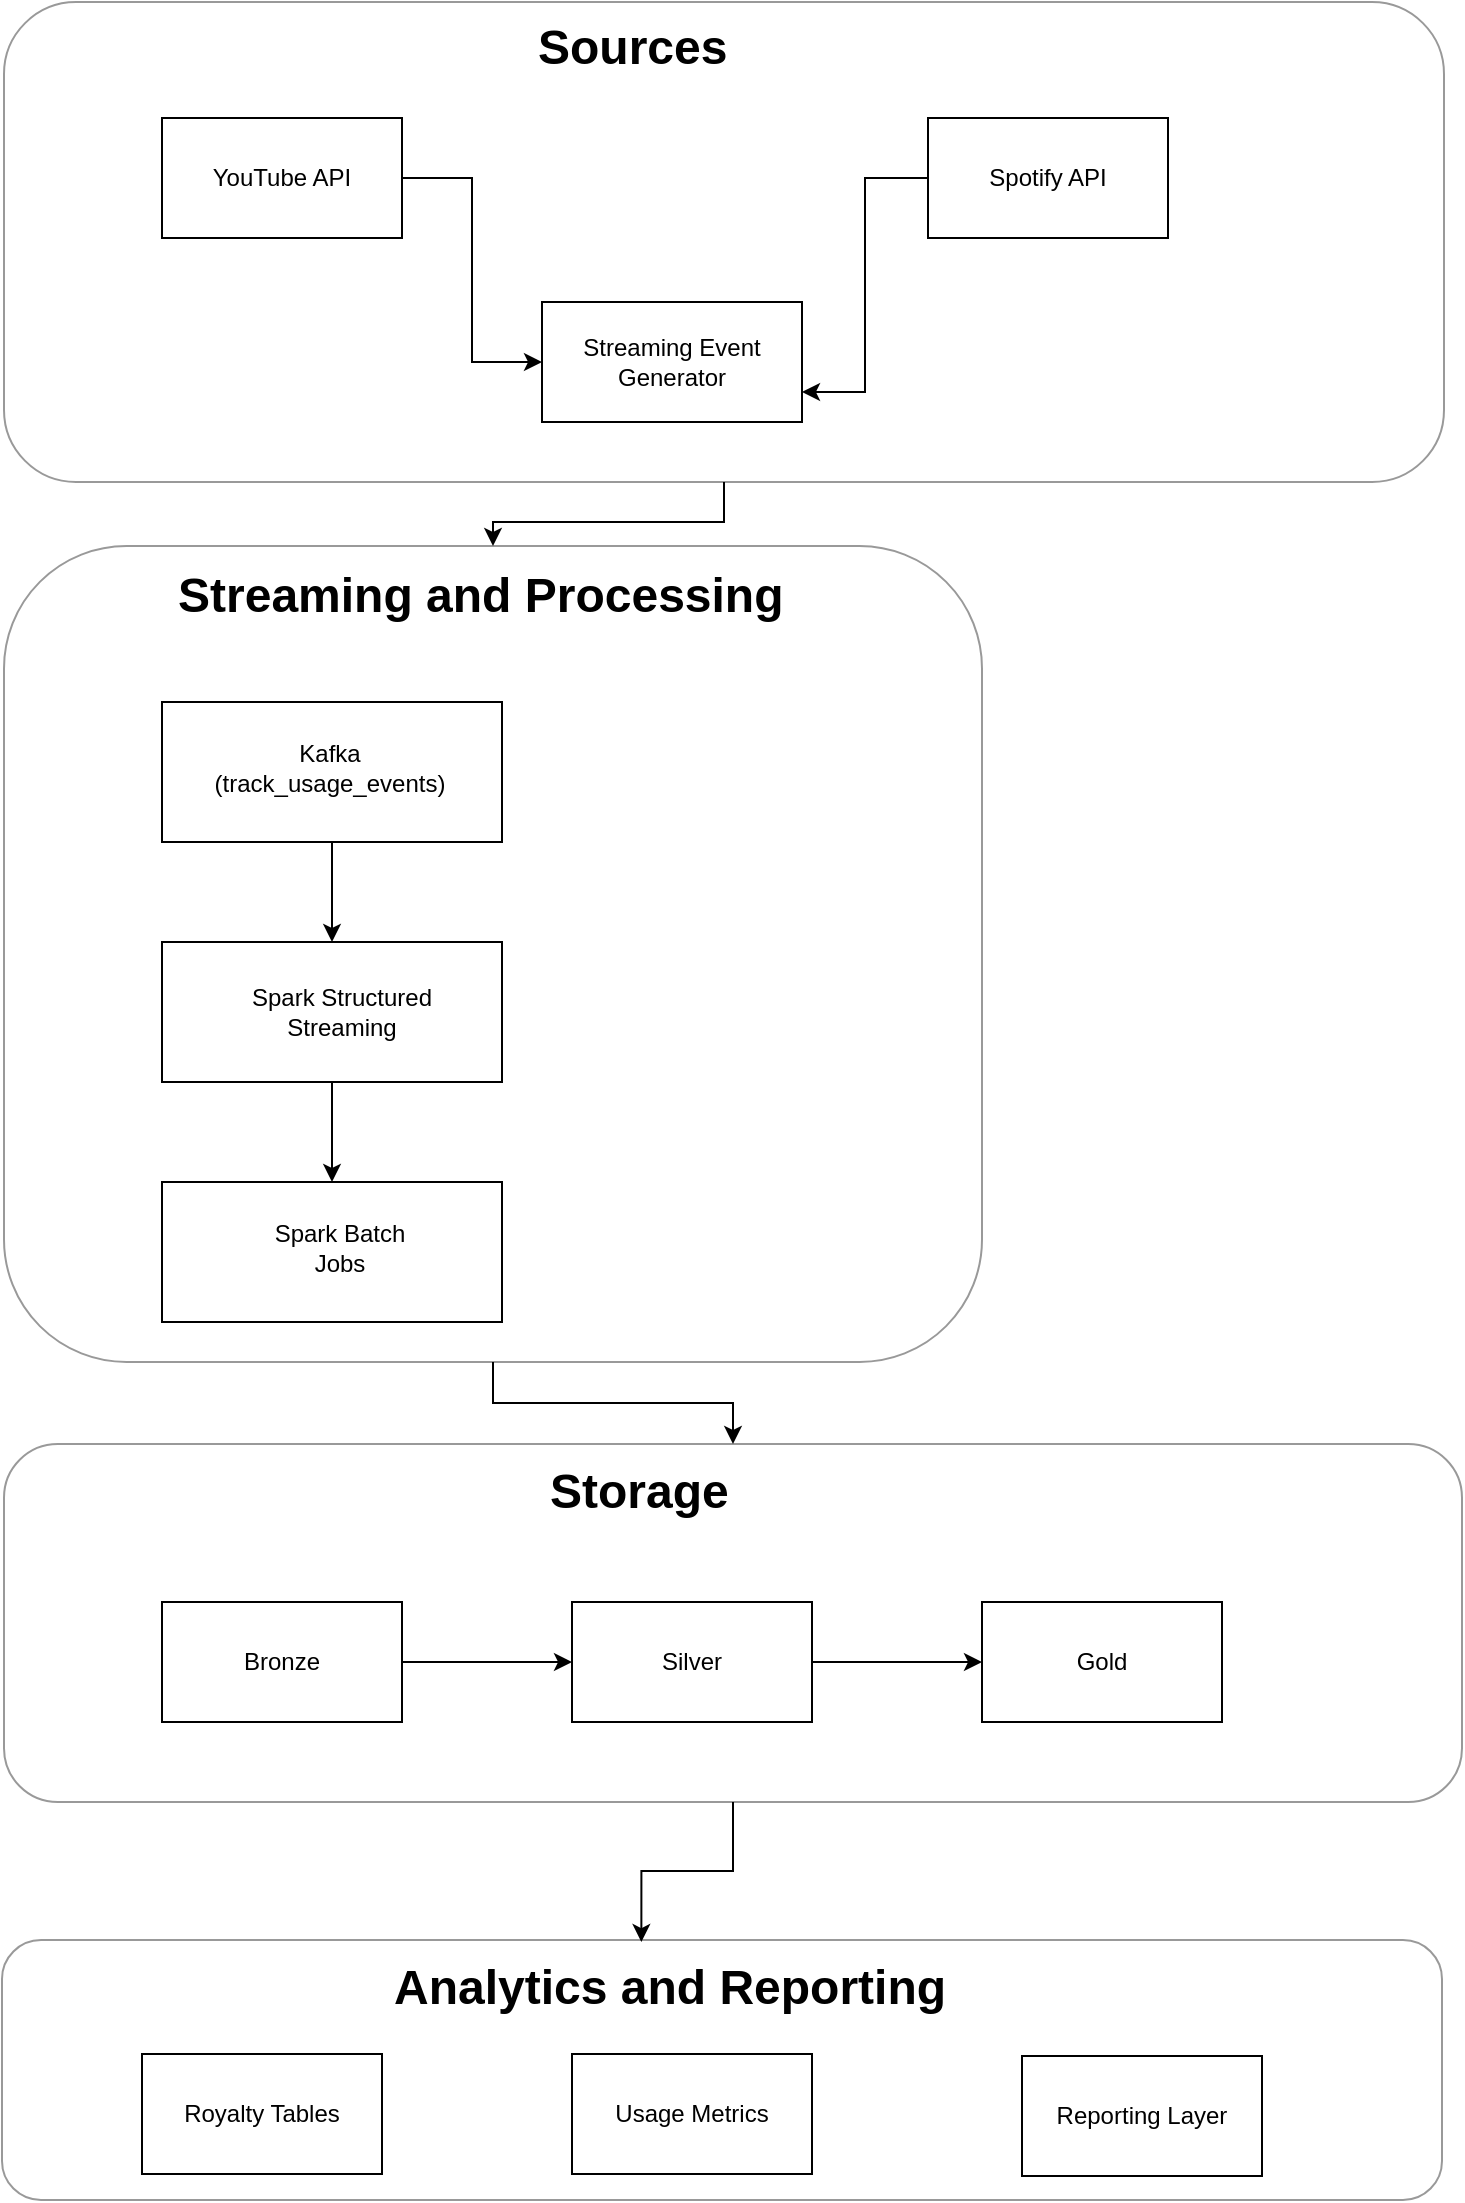
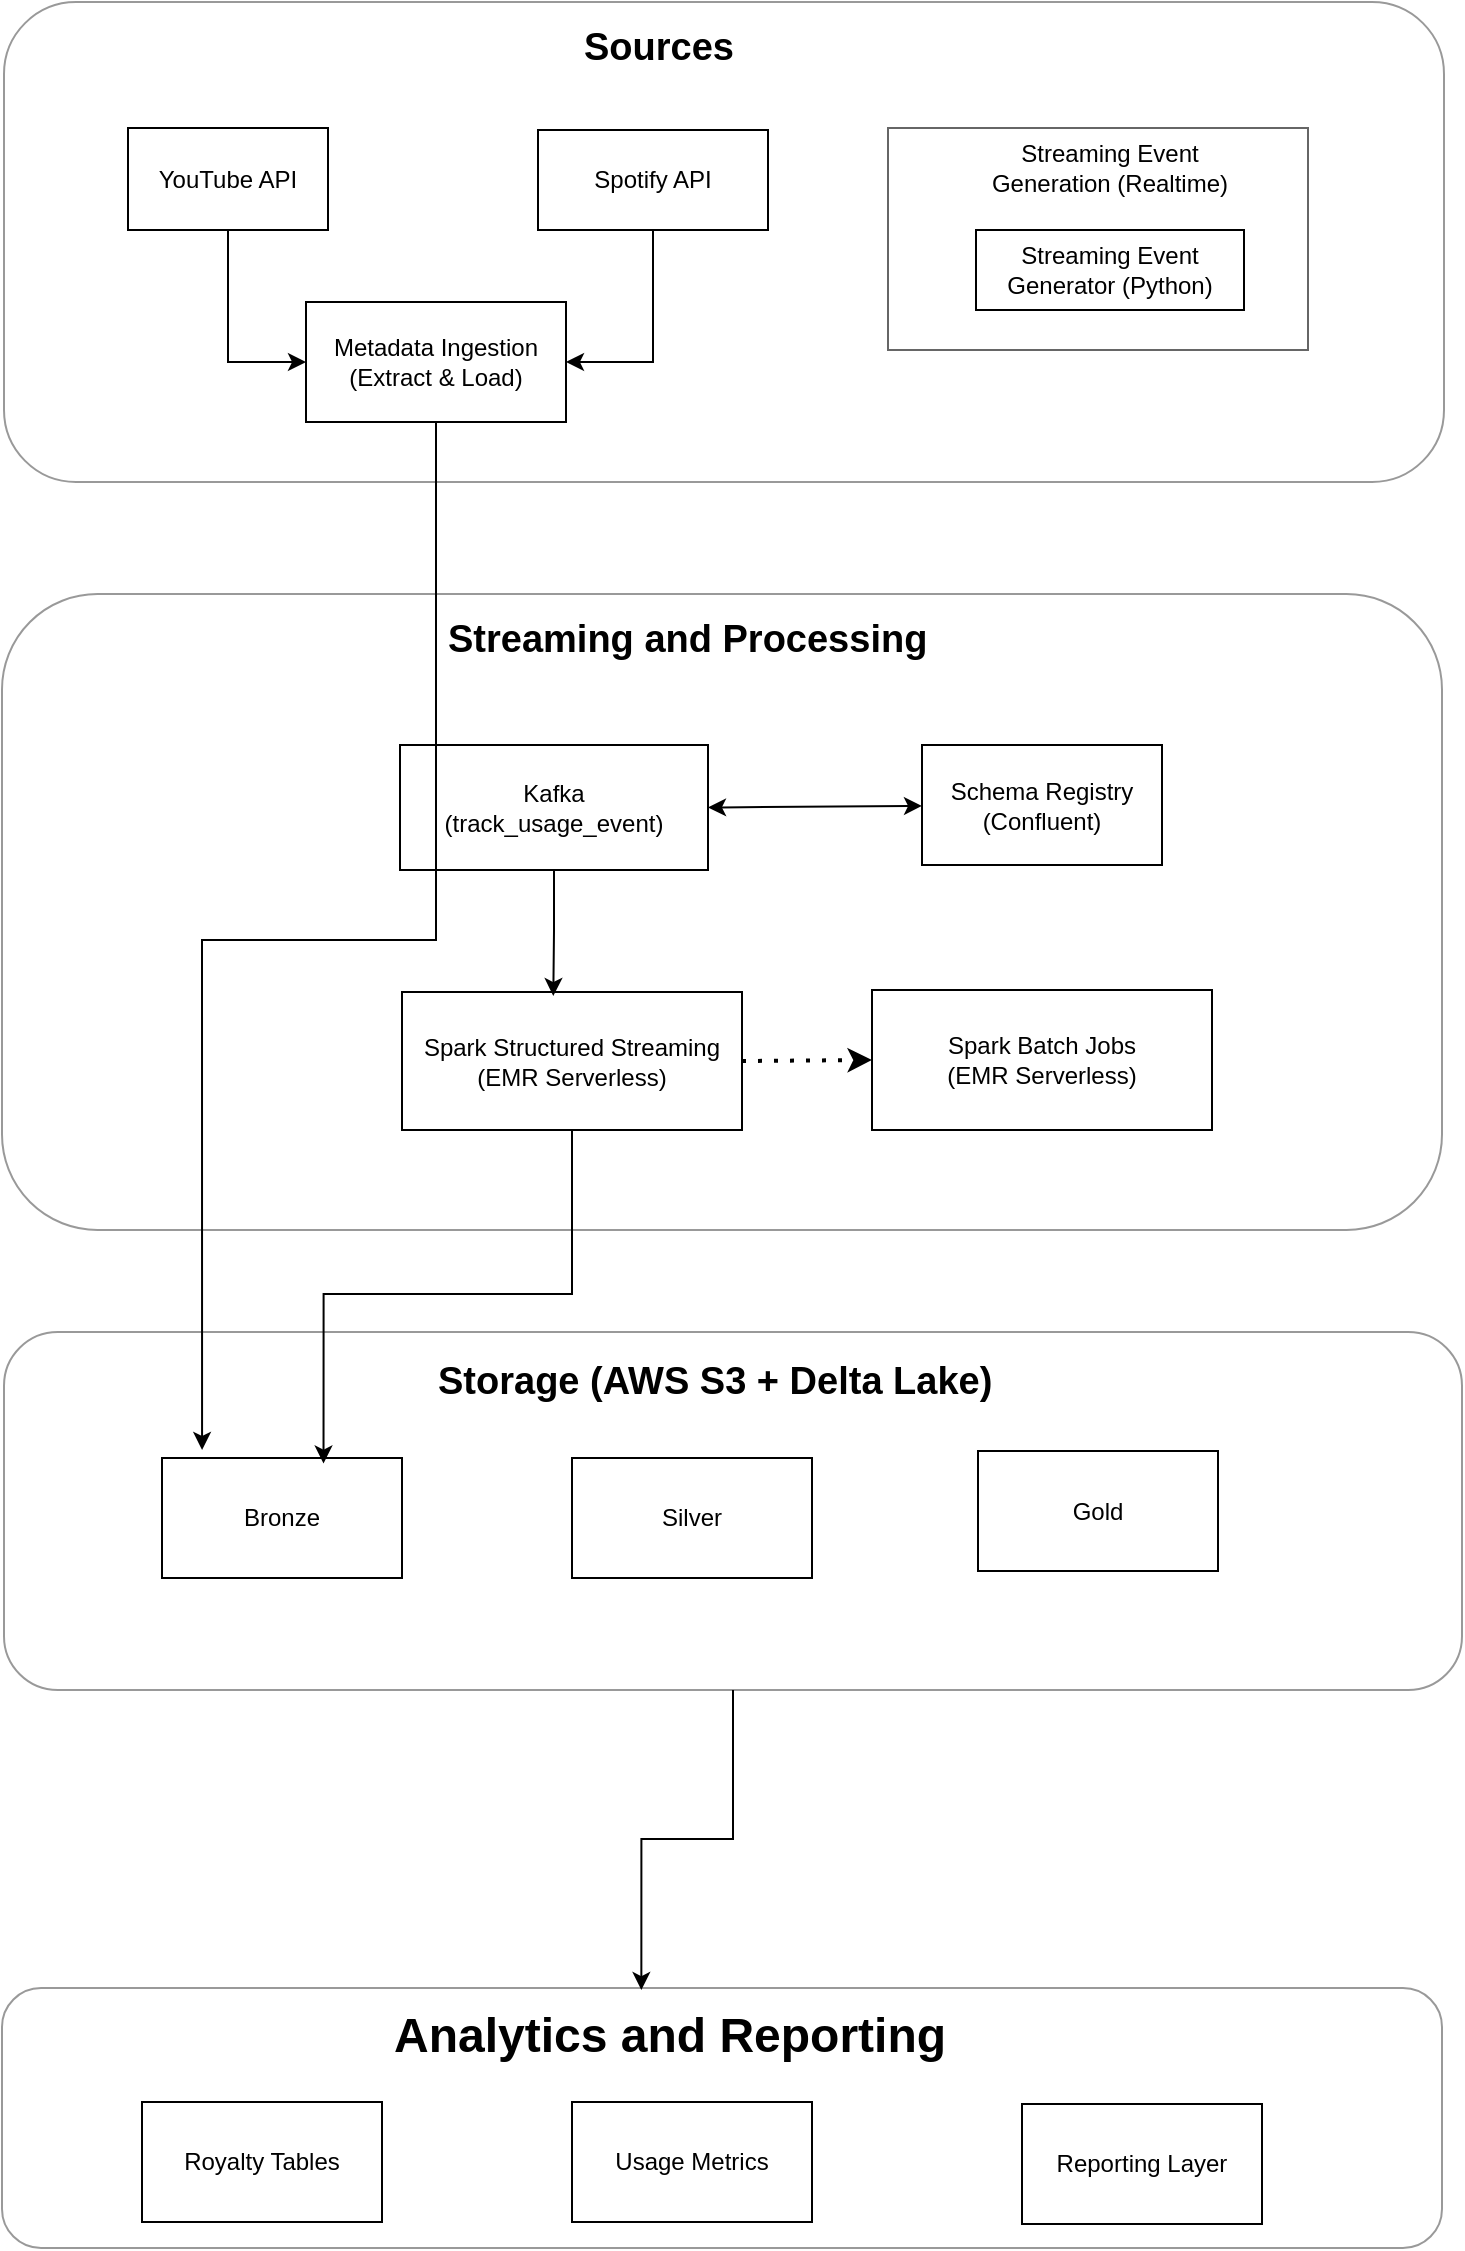
<mxfile host="app.diagrams.net">
  <diagram name="Page-1" id="oFeG0zoOzV-QR0_R3a6b">
-     <mxGraphModel dx="1030" dy="562" grid="1" gridSize="10" guides="1" tooltips="1" connect="1" arrows="1" fold="1" page="1" pageScale="1" pageWidth="827" pageHeight="1169" math="0" shadow="0">
+     <mxGraphModel dx="1212" dy="661" grid="1" gridSize="10" guides="1" tooltips="1" connect="1" arrows="1" fold="1" page="1" pageScale="1" pageWidth="827" pageHeight="1169" math="0" shadow="0">
      <root>
        <mxCell id="0" />
        <mxCell id="1" parent="0" />
-         <mxCell id="xlxdwYvvvnf0uprzEdVM-22" edge="1" parent="1" source="xlxdwYvvvnf0uprzEdVM-5" style="edgeStyle=orthogonalEdgeStyle;rounded=0;orthogonalLoop=1;jettySize=auto;html=1;" target="xlxdwYvvvnf0uprzEdVM-7" value="">
-           <mxGeometry relative="1" as="geometry" />
+         <mxCell id="xlxdwYvvvnf0uprzEdVM-5" parent="1" style="rounded=1;whiteSpace=wrap;html=1;opacity=40;" value="" vertex="1">
+           <mxGeometry height="240" width="720" x="41" y="16" as="geometry" />
        </mxCell>
-         <mxCell id="xlxdwYvvvnf0uprzEdVM-5" parent="1" style="rounded=1;whiteSpace=wrap;html=1;opacity=40;" value="" vertex="1">
-           <mxGeometry height="240" width="720" x="41" y="40" as="geometry" />
+         <mxCell id="xlxdwYvvvnf0uprzEdVM-2" parent="1" style="rounded=0;whiteSpace=wrap;html=1;opacity=60;" value="" vertex="1">
+           <mxGeometry height="111" width="210" x="483" y="79" as="geometry" />
        </mxCell>
-         <mxCell id="xlxdwYvvvnf0uprzEdVM-2" parent="1" style="rounded=0;whiteSpace=wrap;html=1;" value="Streaming Event Generator" vertex="1">
-           <mxGeometry height="60" width="130" x="310" y="190" as="geometry" />
-         </mxCell>
-         <mxCell id="xlxdwYvvvnf0uprzEdVM-9" edge="1" parent="1" source="xlxdwYvvvnf0uprzEdVM-1" style="edgeStyle=orthogonalEdgeStyle;rounded=0;orthogonalLoop=1;jettySize=auto;html=1;entryX=0;entryY=0.5;entryDx=0;entryDy=0;" target="xlxdwYvvvnf0uprzEdVM-2">
+         <mxCell id="xlxdwYvvvnf0uprzEdVM-45" edge="1" parent="1" source="xlxdwYvvvnf0uprzEdVM-1" style="edgeStyle=orthogonalEdgeStyle;rounded=0;orthogonalLoop=1;jettySize=auto;html=1;entryX=0;entryY=0.5;entryDx=0;entryDy=0;" target="xlxdwYvvvnf0uprzEdVM-44">
          <mxGeometry relative="1" as="geometry" />
        </mxCell>
        <mxCell id="xlxdwYvvvnf0uprzEdVM-1" parent="1" style="rounded=0;whiteSpace=wrap;html=1;" value="YouTube API" vertex="1">
-           <mxGeometry height="60" width="120" x="120" y="98" as="geometry" />
+           <mxGeometry height="51" width="100" x="103" y="79" as="geometry" />
        </mxCell>
-         <mxCell id="xlxdwYvvvnf0uprzEdVM-10" edge="1" parent="1" source="xlxdwYvvvnf0uprzEdVM-3" style="edgeStyle=orthogonalEdgeStyle;rounded=0;orthogonalLoop=1;jettySize=auto;html=1;entryX=1;entryY=0.75;entryDx=0;entryDy=0;" target="xlxdwYvvvnf0uprzEdVM-2">
+         <mxCell id="xlxdwYvvvnf0uprzEdVM-46" edge="1" parent="1" source="xlxdwYvvvnf0uprzEdVM-3" style="edgeStyle=orthogonalEdgeStyle;rounded=0;orthogonalLoop=1;jettySize=auto;html=1;entryX=1;entryY=0.5;entryDx=0;entryDy=0;" target="xlxdwYvvvnf0uprzEdVM-44">
          <mxGeometry relative="1" as="geometry" />
        </mxCell>
        <mxCell id="xlxdwYvvvnf0uprzEdVM-3" parent="1" style="rounded=0;whiteSpace=wrap;html=1;" value="Spotify API" vertex="1">
-           <mxGeometry height="60" width="120" x="503" y="98" as="geometry" />
-         </mxCell>
-         <mxCell id="xlxdwYvvvnf0uprzEdVM-42" edge="1" parent="1" source="xlxdwYvvvnf0uprzEdVM-7" style="edgeStyle=orthogonalEdgeStyle;rounded=0;orthogonalLoop=1;jettySize=auto;html=1;" target="xlxdwYvvvnf0uprzEdVM-17">
-           <mxGeometry relative="1" as="geometry" />
+           <mxGeometry height="50" width="115" x="308" y="80" as="geometry" />
        </mxCell>
        <mxCell id="xlxdwYvvvnf0uprzEdVM-7" parent="1" style="rounded=1;whiteSpace=wrap;html=1;opacity=40;" value="" vertex="1">
-           <mxGeometry height="408" width="489" x="41" y="312" as="geometry" />
+           <mxGeometry height="318" width="720" x="40" y="312" as="geometry" />
        </mxCell>
-         <mxCell id="xlxdwYvvvnf0uprzEdVM-23" edge="1" parent="1" source="xlxdwYvvvnf0uprzEdVM-11" style="edgeStyle=orthogonalEdgeStyle;rounded=0;orthogonalLoop=1;jettySize=auto;html=1;" target="xlxdwYvvvnf0uprzEdVM-12">
-           <mxGeometry relative="1" as="geometry" />
+         <mxCell id="xlxdwYvvvnf0uprzEdVM-11" parent="1" style="rounded=0;whiteSpace=wrap;html=1;" value="Kafka&lt;div&gt;(track_usage_event)&lt;/div&gt;" vertex="1">
+           <mxGeometry height="62.5" width="154" x="239" y="387.5" as="geometry" />
        </mxCell>
-         <mxCell id="xlxdwYvvvnf0uprzEdVM-11" parent="1" style="rounded=0;whiteSpace=wrap;html=1;" value="" vertex="1">
-           <mxGeometry height="70" width="170" x="120" y="390" as="geometry" />
+         <mxCell id="xlxdwYvvvnf0uprzEdVM-12" parent="1" style="rounded=0;whiteSpace=wrap;html=1;" value="Spark Structured Streaming&lt;br&gt;(EMR Serverless)" vertex="1">
+           <mxGeometry height="69" width="170" x="240" y="511" as="geometry" />
        </mxCell>
-         <mxCell id="xlxdwYvvvnf0uprzEdVM-24" edge="1" parent="1" source="xlxdwYvvvnf0uprzEdVM-12" style="edgeStyle=orthogonalEdgeStyle;rounded=0;orthogonalLoop=1;jettySize=auto;html=1;" target="xlxdwYvvvnf0uprzEdVM-13">
-           <mxGeometry relative="1" as="geometry" />
-         </mxCell>
-         <mxCell id="xlxdwYvvvnf0uprzEdVM-12" parent="1" style="rounded=0;whiteSpace=wrap;html=1;" value="" vertex="1">
-           <mxGeometry height="70" width="170" x="120" y="510" as="geometry" />
-         </mxCell>
-         <mxCell id="xlxdwYvvvnf0uprzEdVM-13" parent="1" style="rounded=0;whiteSpace=wrap;html=1;" value="" vertex="1">
-           <mxGeometry height="70" width="170" x="120" y="630" as="geometry" />
-         </mxCell>
-         <mxCell id="xlxdwYvvvnf0uprzEdVM-14" parent="1" style="text;html=1;whiteSpace=wrap;strokeColor=none;fillColor=none;align=center;verticalAlign=middle;rounded=0;" value="Kafka&lt;div&gt;(track_usage_events)&lt;/div&gt;" vertex="1">
-           <mxGeometry height="39" width="72" x="168" y="403" as="geometry" />
-         </mxCell>
-         <mxCell id="xlxdwYvvvnf0uprzEdVM-15" parent="1" style="text;html=1;whiteSpace=wrap;strokeColor=none;fillColor=none;align=center;verticalAlign=middle;rounded=0;" value="Spark Structured Streaming" vertex="1">
-           <mxGeometry height="30" width="100" x="160" y="530" as="geometry" />
-         </mxCell>
-         <mxCell id="xlxdwYvvvnf0uprzEdVM-16" parent="1" style="text;html=1;whiteSpace=wrap;strokeColor=none;fillColor=none;align=center;verticalAlign=middle;rounded=0;" value="Spark Batch Jobs" vertex="1">
-           <mxGeometry height="40" width="82" x="168" y="643" as="geometry" />
+         <mxCell id="xlxdwYvvvnf0uprzEdVM-13" parent="1" style="rounded=0;whiteSpace=wrap;html=1;" value="Spark Batch Jobs&lt;div&gt;(EMR Serverless)&lt;/div&gt;" vertex="1">
+           <mxGeometry height="70" width="170" x="475" y="510" as="geometry" />
        </mxCell>
        <mxCell id="xlxdwYvvvnf0uprzEdVM-17" parent="1" style="rounded=1;whiteSpace=wrap;html=1;opacity=40;" value="" vertex="1">
-           <mxGeometry height="179" width="729" x="41" y="761" as="geometry" />
-         </mxCell>
-         <mxCell id="xlxdwYvvvnf0uprzEdVM-26" edge="1" parent="1" source="xlxdwYvvvnf0uprzEdVM-19" style="edgeStyle=orthogonalEdgeStyle;rounded=0;orthogonalLoop=1;jettySize=auto;html=1;entryX=0;entryY=0.5;entryDx=0;entryDy=0;" target="xlxdwYvvvnf0uprzEdVM-20">
-           <mxGeometry relative="1" as="geometry" />
+           <mxGeometry height="179" width="729" x="41" y="681" as="geometry" />
        </mxCell>
        <mxCell id="xlxdwYvvvnf0uprzEdVM-19" parent="1" style="rounded=0;whiteSpace=wrap;html=1;" value="Bronze" vertex="1">
-           <mxGeometry height="60" width="120" x="120" y="840" as="geometry" />
-         </mxCell>
-         <mxCell id="xlxdwYvvvnf0uprzEdVM-28" edge="1" parent="1" source="xlxdwYvvvnf0uprzEdVM-20" style="edgeStyle=orthogonalEdgeStyle;rounded=0;orthogonalLoop=1;jettySize=auto;html=1;" target="xlxdwYvvvnf0uprzEdVM-21">
-           <mxGeometry relative="1" as="geometry" />
+           <mxGeometry height="60" width="120" x="120" y="744" as="geometry" />
        </mxCell>
        <mxCell id="xlxdwYvvvnf0uprzEdVM-20" parent="1" style="rounded=0;whiteSpace=wrap;html=1;" value="Silver" vertex="1">
-           <mxGeometry height="60" width="120" x="325" y="840" as="geometry" />
+           <mxGeometry height="60" width="120" x="325" y="744" as="geometry" />
        </mxCell>
        <mxCell id="xlxdwYvvvnf0uprzEdVM-21" parent="1" style="rounded=0;whiteSpace=wrap;html=1;" value="Gold" vertex="1">
-           <mxGeometry height="60" width="120" x="530" y="840" as="geometry" />
+           <mxGeometry height="60" width="120" x="528" y="740.5" as="geometry" />
        </mxCell>
-         <mxCell id="xlxdwYvvvnf0uprzEdVM-29" parent="1" style="text;html=1;whiteSpace=wrap;overflow=hidden;rounded=0;" value="&lt;h1 style=&quot;margin-top: 0px;&quot;&gt;Sources&lt;/h1&gt;" vertex="1">
-           <mxGeometry height="60" width="97" x="306" y="42" as="geometry" />
+         <mxCell id="xlxdwYvvvnf0uprzEdVM-29" parent="1" style="text;html=1;whiteSpace=wrap;overflow=hidden;rounded=0;" value="&lt;h1 style=&quot;margin-top: 0px;&quot;&gt;&lt;font style=&quot;font-size: 19px;&quot;&gt;Sources&lt;/font&gt;&lt;/h1&gt;" vertex="1">
+           <mxGeometry height="41" width="77" x="329" y="16" as="geometry" />
        </mxCell>
-         <mxCell id="xlxdwYvvvnf0uprzEdVM-30" parent="1" style="text;html=1;whiteSpace=wrap;overflow=hidden;rounded=0;" value="&lt;h1 style=&quot;margin-top: 0px;&quot;&gt;Streaming and Processing&lt;/h1&gt;" vertex="1">
-           <mxGeometry height="48" width="314" x="126" y="316" as="geometry" />
+         <mxCell id="xlxdwYvvvnf0uprzEdVM-30" parent="1" style="text;html=1;whiteSpace=wrap;overflow=hidden;rounded=0;" value="&lt;h1 style=&quot;margin-top: 0px;&quot;&gt;&lt;font style=&quot;font-size: 19px;&quot;&gt;Streaming and Processing&lt;/font&gt;&lt;/h1&gt;" vertex="1">
+           <mxGeometry height="44" width="248" x="261" y="312" as="geometry" />
        </mxCell>
-         <mxCell id="xlxdwYvvvnf0uprzEdVM-31" parent="1" style="text;html=1;whiteSpace=wrap;overflow=hidden;rounded=0;" value="&lt;h1 style=&quot;margin-top: 0px;&quot;&gt;Storage&lt;/h1&gt;" vertex="1">
-           <mxGeometry height="50" width="94" x="312" y="764" as="geometry" />
+         <mxCell id="xlxdwYvvvnf0uprzEdVM-31" parent="1" style="text;html=1;whiteSpace=wrap;overflow=hidden;rounded=0;" value="&lt;h1 style=&quot;margin-top: 0px;&quot;&gt;&lt;font style=&quot;font-size: 19px;&quot;&gt;Storage (AWS S3 + Delta Lake)&lt;/font&gt;&lt;/h1&gt;" vertex="1">
+           <mxGeometry height="36" width="285" x="256" y="683" as="geometry" />
        </mxCell>
        <mxCell id="xlxdwYvvvnf0uprzEdVM-32" parent="1" style="rounded=1;whiteSpace=wrap;html=1;opacity=40;" value="" vertex="1">
          <mxGeometry height="130" width="720" x="40" y="1009" as="geometry" />
        </mxCell>
        <mxCell id="xlxdwYvvvnf0uprzEdVM-34" parent="1" style="text;html=1;whiteSpace=wrap;overflow=hidden;rounded=0;" value="&lt;h1 style=&quot;margin-top: 0px;&quot;&gt;Analytics and Reporting&lt;/h1&gt;" vertex="1">
          <mxGeometry height="35" width="300.25" x="233.75" y="1012" as="geometry" />
        </mxCell>
        <mxCell id="xlxdwYvvvnf0uprzEdVM-35" parent="1" style="rounded=0;whiteSpace=wrap;html=1;" value="Royalty Tables" vertex="1">
          <mxGeometry height="60" width="120" x="110" y="1066" as="geometry" />
        </mxCell>
        <mxCell id="xlxdwYvvvnf0uprzEdVM-36" parent="1" style="rounded=0;whiteSpace=wrap;html=1;" value="Usage Metrics" vertex="1">
          <mxGeometry height="60" width="120" x="325" y="1066" as="geometry" />
        </mxCell>
        <mxCell id="xlxdwYvvvnf0uprzEdVM-37" parent="1" style="rounded=0;whiteSpace=wrap;html=1;" value="Reporting Layer" vertex="1">
          <mxGeometry height="60" width="120" x="550" y="1067" as="geometry" />
        </mxCell>
        <mxCell id="xlxdwYvvvnf0uprzEdVM-40" edge="1" parent="1" source="xlxdwYvvvnf0uprzEdVM-17" style="edgeStyle=orthogonalEdgeStyle;rounded=0;orthogonalLoop=1;jettySize=auto;html=1;entryX=0.444;entryY=0.008;entryDx=0;entryDy=0;entryPerimeter=0;" target="xlxdwYvvvnf0uprzEdVM-32">
          <mxGeometry relative="1" as="geometry" />
        </mxCell>
+         <mxCell id="xlxdwYvvvnf0uprzEdVM-44" parent="1" style="rounded=0;whiteSpace=wrap;html=1;" value="Metadata Ingestion&lt;div&gt;(Extract &amp;amp; Load)&lt;/div&gt;" vertex="1">
+           <mxGeometry height="60" width="130" x="192" y="166" as="geometry" />
+         </mxCell>
+         <mxCell id="xlxdwYvvvnf0uprzEdVM-47" parent="1" style="text;html=1;whiteSpace=wrap;strokeColor=none;fillColor=none;align=center;verticalAlign=middle;rounded=0;" value="Streaming Event Generation (Realtime)" vertex="1">
+           <mxGeometry height="30" width="140" x="524" y="84" as="geometry" />
+         </mxCell>
+         <mxCell id="xlxdwYvvvnf0uprzEdVM-48" parent="1" style="rounded=0;whiteSpace=wrap;html=1;" value="Streaming Event Generator (Python)" vertex="1">
+           <mxGeometry height="40" width="134" x="527" y="130" as="geometry" />
+         </mxCell>
+         <mxCell id="xlxdwYvvvnf0uprzEdVM-54" parent="1" style="rounded=0;whiteSpace=wrap;html=1;" value="Schema Registry&lt;div&gt;(Confluent)&lt;/div&gt;" vertex="1">
+           <mxGeometry height="60" width="120" x="500" y="387.5" as="geometry" />
+         </mxCell>
+         <mxCell id="xlxdwYvvvnf0uprzEdVM-56" edge="1" parent="1" source="xlxdwYvvvnf0uprzEdVM-11" style="endArrow=classic;startArrow=classic;html=1;rounded=0;exitX=1;exitY=0.5;exitDx=0;exitDy=0;" target="xlxdwYvvvnf0uprzEdVM-54" value="">
+           <mxGeometry height="50" relative="1" width="50" as="geometry">
+             <mxPoint x="410" y="461" as="sourcePoint" />
+             <mxPoint x="460" y="411" as="targetPoint" />
+           </mxGeometry>
+         </mxCell>
+         <mxCell id="xlxdwYvvvnf0uprzEdVM-57" edge="1" parent="1" source="xlxdwYvvvnf0uprzEdVM-11" style="edgeStyle=orthogonalEdgeStyle;rounded=0;orthogonalLoop=1;jettySize=auto;html=1;entryX=0.445;entryY=0.029;entryDx=0;entryDy=0;entryPerimeter=0;" target="xlxdwYvvvnf0uprzEdVM-12">
+           <mxGeometry relative="1" as="geometry" />
+         </mxCell>
+         <mxCell id="xlxdwYvvvnf0uprzEdVM-58" edge="1" parent="1" source="xlxdwYvvvnf0uprzEdVM-12" style="endArrow=classic;dashed=1;html=1;dashPattern=1 3;strokeWidth=2;rounded=0;entryX=0;entryY=0.5;entryDx=0;entryDy=0;exitX=1;exitY=0.5;exitDx=0;exitDy=0;endFill=1;" target="xlxdwYvvvnf0uprzEdVM-13" value="">
+           <mxGeometry height="50" relative="1" width="50" as="geometry">
+             <mxPoint x="410" y="560" as="sourcePoint" />
+             <mxPoint x="460" y="510" as="targetPoint" />
+           </mxGeometry>
+         </mxCell>
+         <mxCell id="xlxdwYvvvnf0uprzEdVM-60" edge="1" parent="1" source="xlxdwYvvvnf0uprzEdVM-12" style="edgeStyle=orthogonalEdgeStyle;rounded=0;orthogonalLoop=1;jettySize=auto;html=1;entryX=0.673;entryY=0.046;entryDx=0;entryDy=0;entryPerimeter=0;" target="xlxdwYvvvnf0uprzEdVM-19">
+           <mxGeometry relative="1" as="geometry" />
+         </mxCell>
+         <mxCell id="xlxdwYvvvnf0uprzEdVM-61" edge="1" parent="1" source="xlxdwYvvvnf0uprzEdVM-44" style="edgeStyle=orthogonalEdgeStyle;rounded=0;orthogonalLoop=1;jettySize=auto;html=1;entryX=0.167;entryY=-0.067;entryDx=0;entryDy=0;entryPerimeter=0;" target="xlxdwYvvvnf0uprzEdVM-19">
+           <mxGeometry relative="1" as="geometry" />
+         </mxCell>
      </root>
    </mxGraphModel>
  </diagram>
</mxfile>
